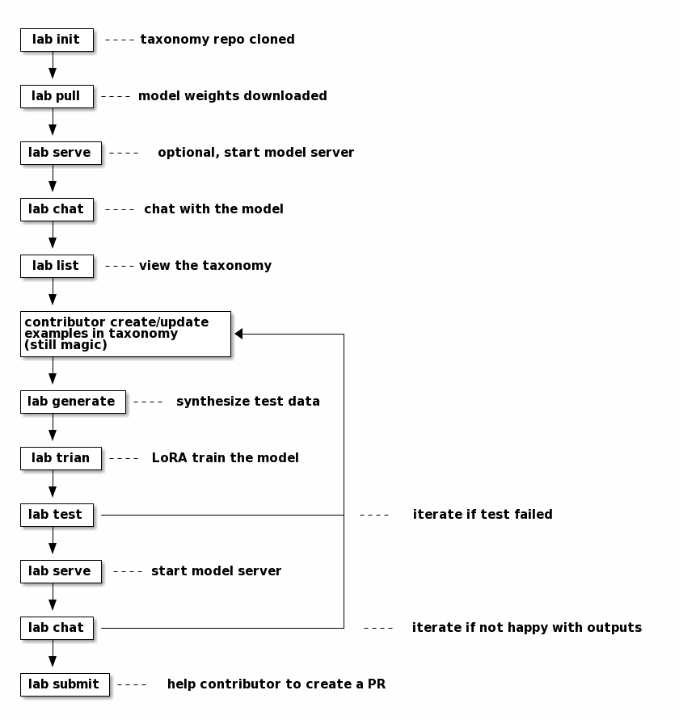
This is docs/workflow.png from instructlab/instructlab, a PlantUML export, as it was before one commit. Its source is kept beside it as docs/workflow.puml. Its diagram source:
```plantuml
@startditaa
+--------+
|lab init|-=---taxonomy repo cloned
+---+----+
    |
    v
+---+----+
|lab pull|-=---model weights downloaded
+---+----+
    |
    v
+---+-----+
|lab serve|-=---optional, start model server
+---+-----+
    |
    v
+---+----+
|lab chat|-=---chat with the model
+---+----+
    |
    v
+---+----+
|lab list|-=---view the taxonomy
+---+----+
    |
    v
+---+---------------------+
|contributor create/update|
|examples in taxonomy     |<------------+
|(still magic)            |             |
+---+---------------------+             |
    |                                   |
    v                                   |
+---+--------+                          |
|lab generate|-=---synthesize test data |
+---+--------+                          |
    |                                   |
    v                                   |
+---+-----+                             |
|lab trian|-=---LoRA train the model    |
+---+-----+                             |
    |                                   |
    v                                   |
+---+----+                              |
|lab test|------------------------------+ -=---iterate if test failed
+---+----+                              |
    |                                   |
    v                                   |
+---+-----+                             |
|lab serve|-=---start model server      |
+---+-----+                             |
    |                                   |
    v                                   |
+---+----+                              |
|lab chat|------------------------------+ -=---iterate if not happy with outputs
+---+----+
    |
    v
+---+------+
|lab submit|-=---help contributor to create a PR
+----------+
@endditaa
```
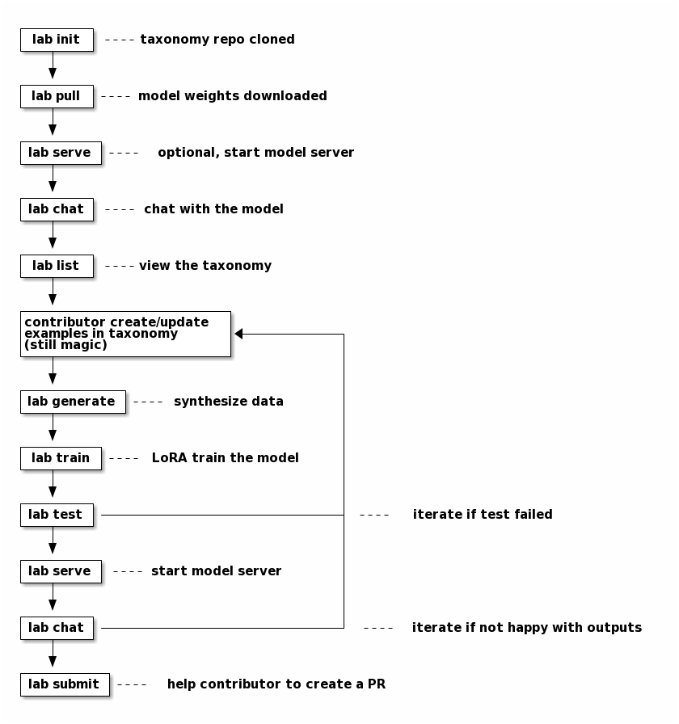
The same file after the commit.

Commit message:
fix: typo noted by Jeremy

What changed in the source:
```diff
@@ -32,12 +32,12 @@
     |                                   |
     v                                   |
 +---+--------+                          |
-|lab generate|-=---synthesize test data |
+|lab generate|-=---synthesize data      |
 +---+--------+                          |
     |                                   |
     v                                   |
 +---+-----+                             |
-|lab trian|-=---LoRA train the model    |
+|lab train|-=---LoRA train the model    |
 +---+-----+                             |
     |                                   |
     v                                   |
```
